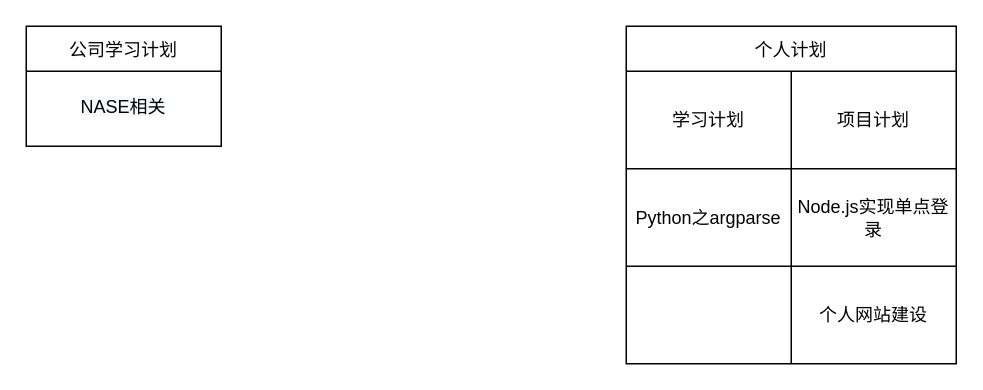
Before: page "总览" (1 of 3) of StudyPlan.drawio in newgitofzinian/draw, a draw.io diagram. Source tidied: cells renumbered, new cells numbered last; positions are measured from the earlier drawing's top-left corner, leaving out a move shared by most shapes. Both pictures are drawn from the tidied source at 150%, with x=0, y=0 at pixel (26, 26).
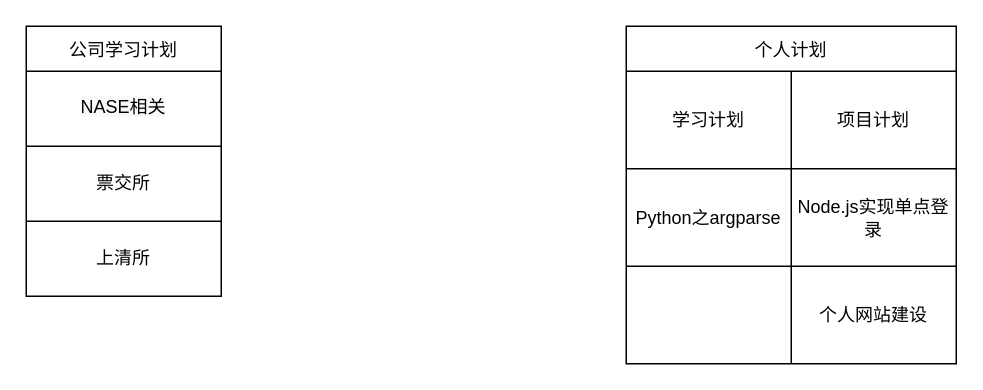
The same diagram, later.

Change to the diagram source:
```diff
@@
 <mxGraphModel>
   <root>
     <mxCell id="0" />
     <mxCell id="1" parent="0" />
     <mxCell id="2" value="公司学习计划" style="shape=table;startSize=30;childLayout=tableLayout;" parent="1" vertex="1">
-      <mxGeometry width="130" height="80" as="geometry" />
+      <mxGeometry width="130" height="180" as="geometry" />
     </mxCell>
     <mxCell id="3" style="shape=tableRow;horizontal=0;startSize=0;swimlaneHead=0;swimlaneBody=0;top=0;left=0;bottom=0;right=0;fillColor=none;" parent="2" vertex="1">
       <mxGeometry y="30" width="130" height="50" as="geometry" />
     </mxCell>
     <mxCell id="4" value="&#10;&lt;span style=&quot;color: rgb(0, 0, 0); font-family: Helvetica; font-size: 12px; font-style: normal; font-variant-ligatures: normal; font-variant-caps: normal; font-weight: 400; letter-spacing: normal; orphans: 2; text-align: center; text-indent: 0px; text-transform: none; widows: 2; word-spacing: 0px; -webkit-text-stroke-width: 0px; background-color: rgb(248, 249, 250); text-decoration-thickness: initial; text-decoration-style: initial; text-decoration-color: initial; float: none; display: inline !important;&quot;&gt;NASE相关&lt;/span&gt;&#10;&#10;" style="shape=partialRectangle;html=1;whiteSpace=wrap;overflow=hidden;fillColor=none;top=0;left=0;bottom=0;right=0;" parent="3" vertex="1">
       <mxGeometry width="130" height="50" as="geometry" />
     </mxCell>
+    <mxCell id="15" style="shape=tableRow;horizontal=0;startSize=0;swimlaneHead=0;swimlaneBody=0;top=0;left=0;bottom=0;right=0;fillColor=none;" parent="2" vertex="1">
+      <mxGeometry y="80" width="130" height="50" as="geometry" />
+    </mxCell>
+    <mxCell id="16" value="票交所" style="shape=partialRectangle;html=1;whiteSpace=wrap;overflow=hidden;fillColor=none;top=0;left=0;bottom=0;right=0;" parent="15" vertex="1">
+      <mxGeometry width="130" height="50" as="geometry" />
+    </mxCell>
+    <mxCell id="17" style="shape=tableRow;horizontal=0;startSize=0;swimlaneHead=0;swimlaneBody=0;top=0;left=0;bottom=0;right=0;fillColor=none;" parent="2" vertex="1">
+      <mxGeometry y="130" width="130" height="50" as="geometry" />
+    </mxCell>
+    <mxCell id="18" value="上清所" style="shape=partialRectangle;html=1;whiteSpace=wrap;overflow=hidden;fillColor=none;top=0;left=0;bottom=0;right=0;" parent="17" vertex="1">
+      <mxGeometry width="130" height="50" as="geometry" />
+    </mxCell>
     <mxCell id="5" value="个人计划" style="shape=table;startSize=30;childLayout=tableLayout;" parent="1" vertex="1">
       <mxGeometry x="400" width="220" height="225" as="geometry" />
     </mxCell>
     <mxCell id="6" style="shape=tableRow;horizontal=0;startSize=0;swimlaneHead=0;swimlaneBody=0;top=0;left=0;bottom=0;right=0;fillColor=none;" parent="5" vertex="1">
       <mxGeometry y="30" width="220" height="65" as="geometry" />
     </mxCell>
     <mxCell id="7" value="学习计划" style="shape=partialRectangle;html=1;whiteSpace=wrap;overflow=hidden;fillColor=none;top=0;left=0;bottom=0;right=0;" parent="6" vertex="1">
       <mxGeometry width="110" height="65" as="geometry" />
     </mxCell>
     <mxCell id="8" value="项目计划" style="shape=partialRectangle;html=1;whiteSpace=wrap;overflow=hidden;fillColor=none;top=0;left=0;bottom=0;right=0;" parent="6" vertex="1">
       <mxGeometry x="110" width="110" height="65" as="geometry" />
     </mxCell>
     <mxCell id="9" style="shape=tableRow;horizontal=0;startSize=0;swimlaneHead=0;swimlaneBody=0;top=0;left=0;bottom=0;right=0;fillColor=none;" parent="5" vertex="1">
       <mxGeometry y="95" width="220" height="65" as="geometry" />
     </mxCell>
     <mxCell id="10" value="Python之argparse" style="shape=partialRectangle;html=1;whiteSpace=wrap;overflow=hidden;fillColor=none;top=0;left=0;bottom=0;right=0;" parent="9" vertex="1">
       <mxGeometry width="110" height="65" as="geometry" />
     </mxCell>
     <mxCell id="11" value="Node.js实现单点登录" style="shape=partialRectangle;html=1;whiteSpace=wrap;overflow=hidden;fillColor=none;top=0;left=0;bottom=0;right=0;" parent="9" vertex="1">
       <mxGeometry x="110" width="110" height="65" as="geometry" />
     </mxCell>
     <mxCell id="12" style="shape=tableRow;horizontal=0;startSize=0;swimlaneHead=0;swimlaneBody=0;top=0;left=0;bottom=0;right=0;fillColor=none;" parent="5" vertex="1">
       <mxGeometry y="160" width="220" height="65" as="geometry" />
     </mxCell>
     <mxCell id="13" style="shape=partialRectangle;html=1;whiteSpace=wrap;overflow=hidden;fillColor=none;top=0;left=0;bottom=0;right=0;" parent="12" vertex="1">
       <mxGeometry width="110" height="65" as="geometry" />
     </mxCell>
     <mxCell id="14" value="个人网站建设" style="shape=partialRectangle;html=1;whiteSpace=wrap;overflow=hidden;fillColor=none;top=0;left=0;bottom=0;right=0;" parent="12" vertex="1">
       <mxGeometry x="110" width="110" height="65" as="geometry" />
     </mxCell>
   </root>
 </mxGraphModel>
```
